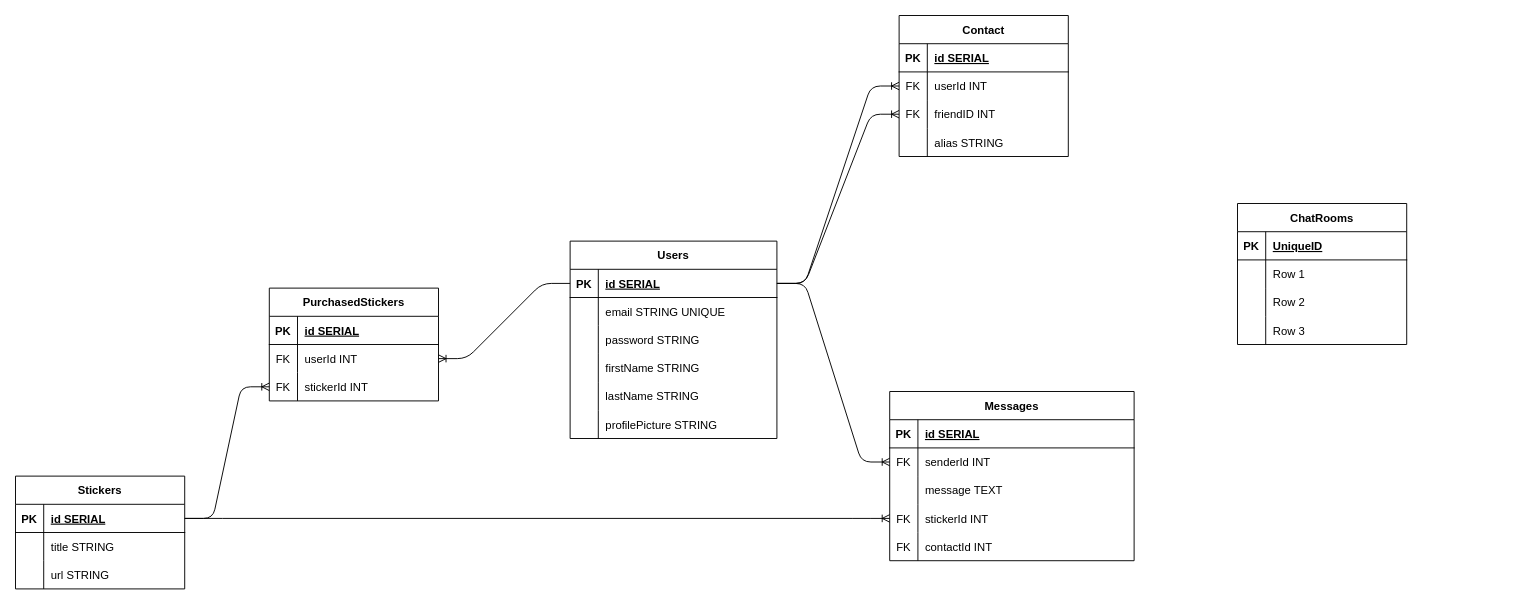
The draw.io diagram schema.drawio in daffabaihaqi/IP-HCK69-Daffa, before the edit. Source tidied: cells renumbered, new cells numbered last; positions are measured from the earlier drawing's top-left corner, leaving out a move shared by most shapes. Both pictures are drawn from the tidied source at 94%, with x=0, y=0 at pixel (15, 15).
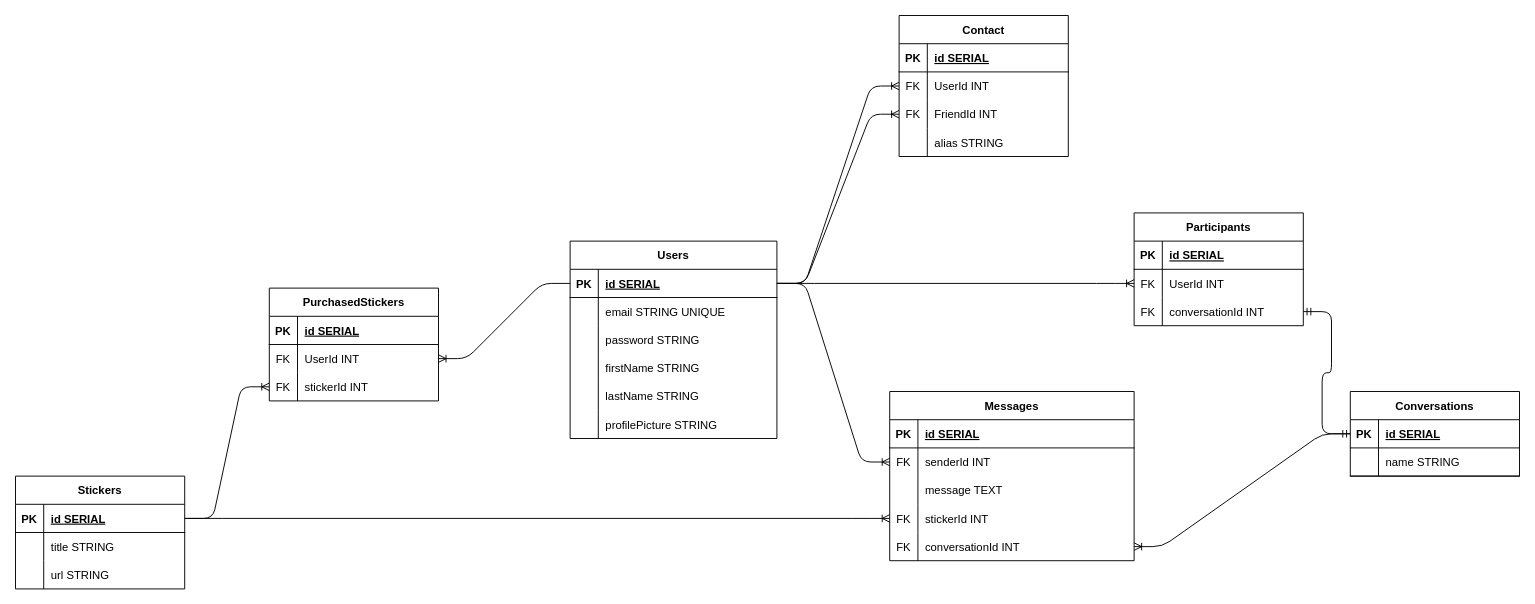
Above is the later version.

Unchanged cells that the change refers to:
```xml
<mxCell id="3" style="shape=tableRow;horizontal=0;startSize=0;swimlaneHead=0;swimlaneBody=0;fillColor=none;points=[[0,0.5],[1,0.5]];portConstraint=eastwest;top=0;left=0;right=0;bottom=1;" parent="2" vertex="1">
  <mxGeometry y="30" width="220" height="30" as="geometry" />
</mxCell>
<mxCell id="25" style="shape=tableRow;horizontal=0;startSize=0;swimlaneHead=0;swimlaneBody=0;fillColor=none;points=[[0,0.5],[1,0.5]];portConstraint=eastwest;top=0;left=0;right=0;bottom=0;" parent="21" vertex="1">
  <mxGeometry y="60" width="180" height="30" as="geometry" />
</mxCell>
<mxCell id="28" style="shape=tableRow;horizontal=0;startSize=0;swimlaneHead=0;swimlaneBody=0;fillColor=none;points=[[0,0.5],[1,0.5]];portConstraint=eastwest;top=0;left=0;right=0;bottom=0;" parent="21" vertex="1">
  <mxGeometry y="90" width="180" height="30" as="geometry" />
</mxCell>
<mxCell id="47" style="shape=tableRow;horizontal=0;startSize=0;swimlaneHead=0;swimlaneBody=0;fillColor=none;points=[[0,0.5],[1,0.5]];portConstraint=eastwest;top=0;left=0;right=0;bottom=0;" parent="34" vertex="1">
  <mxGeometry y="150" width="260" height="30" as="geometry" />
</mxCell>
<mxCell id="64" style="shape=tableRow;horizontal=0;startSize=0;swimlaneHead=0;swimlaneBody=0;fillColor=none;points=[[0,0.5],[1,0.5]];portConstraint=eastwest;top=0;left=0;right=0;bottom=0;" parent="60" vertex="1">
  <mxGeometry y="60" width="180" height="30" as="geometry" />
</mxCell>
<mxCell id="77" style="shape=tableRow;horizontal=0;startSize=0;swimlaneHead=0;swimlaneBody=0;fillColor=none;points=[[0,0.5],[1,0.5]];portConstraint=eastwest;top=0;left=0;right=0;bottom=1;" parent="76" vertex="1">
  <mxGeometry y="30" width="180" height="30" as="geometry" />
</mxCell>
```

Change to the diagram source:
```diff
@@
-    <mxCell id="27" value="userId INT" style="shape=partialRectangle;fillColor=none;top=0;left=0;bottom=0;right=0;align=left;spacingLeft=6;overflow=hidden;" parent="25" vertex="1">
+    <mxCell id="27" value="UserId INT" style="shape=partialRectangle;fillColor=none;top=0;left=0;bottom=0;right=0;align=left;spacingLeft=6;overflow=hidden;" parent="25" vertex="1">
       <mxGeometry x="30" width="150" height="30" as="geometry" />
     </mxCell>
@@
-    <mxCell id="30" value="friendID INT" style="shape=partialRectangle;fillColor=none;top=0;left=0;bottom=0;right=0;align=left;spacingLeft=6;overflow=hidden;" parent="28" vertex="1">
+    <mxCell id="30" value="FriendId INT" style="shape=partialRectangle;fillColor=none;top=0;left=0;bottom=0;right=0;align=left;spacingLeft=6;overflow=hidden;" parent="28" vertex="1">
       <mxGeometry x="30" width="150" height="30" as="geometry" />
     </mxCell>
@@
-    <mxCell id="49" value="contactId INT" style="shape=partialRectangle;fillColor=none;top=0;left=0;bottom=0;right=0;align=left;spacingLeft=6;overflow=hidden;" parent="47" vertex="1">
+    <mxCell id="49" value="conversationId INT" style="shape=partialRectangle;fillColor=none;top=0;left=0;bottom=0;right=0;align=left;spacingLeft=6;overflow=hidden;" parent="47" vertex="1">
       <mxGeometry x="30" width="230" height="30" as="geometry" />
     </mxCell>
@@
-    <mxCell id="66" value="userId INT" style="shape=partialRectangle;fillColor=none;top=0;left=0;bottom=0;right=0;align=left;spacingLeft=6;overflow=hidden;" parent="64" vertex="1">
+    <mxCell id="66" value="UserId INT" style="shape=partialRectangle;fillColor=none;top=0;left=0;bottom=0;right=0;align=left;spacingLeft=6;overflow=hidden;" parent="64" vertex="1">
       <mxGeometry x="30" width="150" height="30" as="geometry" />
     </mxCell>
@@
-    <mxCell id="76" value="ChatRooms" style="shape=table;startSize=30;childLayout=tableLayout;rowLines=0;fontStyle=1;align=center;" parent="1" vertex="1">
-      <mxGeometry x="1300" y="200" width="180" height="150" as="geometry" />
+    <mxCell id="76" value="Conversations" style="shape=table;startSize=30;childLayout=tableLayout;rowLines=0;fontStyle=1;align=center;" parent="1" vertex="1">
+      <mxGeometry x="1420" y="400" width="180" height="90" as="geometry" />
     </mxCell>
@@
-    <mxCell id="79" value="UniqueID" style="shape=partialRectangle;fillColor=none;top=0;left=0;bottom=0;right=0;align=left;spacingLeft=6;fontStyle=5;overflow=hidden;" parent="77" vertex="1">
+    <mxCell id="79" value="id SERIAL" style="shape=partialRectangle;fillColor=none;top=0;left=0;bottom=0;right=0;align=left;spacingLeft=6;fontStyle=5;overflow=hidden;" parent="77" vertex="1">
       <mxGeometry x="30" width="150" height="30" as="geometry" />
     </mxCell>
+    <mxCell id="89" style="shape=tableRow;horizontal=0;startSize=0;swimlaneHead=0;swimlaneBody=0;fillColor=none;top=0;left=0;right=0;bottom=1;" parent="76" vertex="1">
+      <mxGeometry y="60" width="180" height="30" as="geometry" />
+    </mxCell>
+    <mxCell id="90" style="shape=partialRectangle;fillColor=none;top=0;left=0;bottom=0;right=0;fontStyle=1;overflow=hidden;" parent="89" vertex="1">
+      <mxGeometry width="30" height="30" as="geometry" />
+    </mxCell>
+    <mxCell id="91" value="name STRING" style="shape=partialRectangle;fillColor=none;top=0;left=0;bottom=0;right=0;align=left;spacingLeft=6;fontStyle=0;overflow=hidden;" parent="89" vertex="1">
+      <mxGeometry x="30" width="150" height="30" as="geometry" />
+    </mxCell>
+    <mxCell id="92" value="Participants" style="shape=table;startSize=30;childLayout=tableLayout;rowLines=0;fontStyle=1;align=center;" parent="1" vertex="1">
+      <mxGeometry x="1190" y="210" width="180" height="120" as="geometry" />
+    </mxCell>
+    <mxCell id="93" style="shape=tableRow;horizontal=0;startSize=0;swimlaneHead=0;swimlaneBody=0;fillColor=none;top=0;left=0;right=0;bottom=1;" parent="92" vertex="1">
+      <mxGeometry y="30" width="180" height="30" as="geometry" />
+    </mxCell>
+    <mxCell id="94" value="PK" style="shape=partialRectangle;fillColor=none;top=0;left=0;bottom=0;right=0;fontStyle=1;overflow=hidden;" parent="93" vertex="1">
+      <mxGeometry width="30" height="30" as="geometry" />
+    </mxCell>
+    <mxCell id="95" value="id SERIAL" style="shape=partialRectangle;fillColor=none;top=0;left=0;bottom=0;right=0;align=left;spacingLeft=6;fontStyle=5;overflow=hidden;" parent="93" vertex="1">
+      <mxGeometry x="30" width="150" height="30" as="geometry" />
+    </mxCell>
-    <mxCell id="80" style="shape=tableRow;horizontal=0;startSize=0;swimlaneHead=0;swimlaneBody=0;fillColor=none;points=[[0,0.5],[1,0.5]];portConstraint=eastwest;top=0;left=0;right=0;bottom=0;" parent="76" vertex="1">
+    <mxCell id="80" style="shape=tableRow;horizontal=0;startSize=0;swimlaneHead=0;swimlaneBody=0;fillColor=none;points=[[0,0.5],[1,0.5]];portConstraint=eastwest;top=0;left=0;right=0;bottom=0;" parent="92" vertex="1">
       <mxGeometry y="60" width="180" height="30" as="geometry" />
     </mxCell>
-    <mxCell id="81" style="shape=partialRectangle;fillColor=none;top=0;left=0;bottom=0;right=0;overflow=hidden;" parent="80" vertex="1">
-      <mxGeometry width="30" height="30" as="geometry" />
-    </mxCell>
-    <mxCell id="82" value="Row 1" style="shape=partialRectangle;fillColor=none;top=0;left=0;bottom=0;right=0;align=left;spacingLeft=6;overflow=hidden;" parent="80" vertex="1">
-      <mxGeometry x="30" width="150" height="30" as="geometry" />
-    </mxCell>
+    <mxCell id="96" value="FK" style="shape=partialRectangle;fillColor=none;top=0;left=0;bottom=0;right=0;overflow=hidden;" parent="80" vertex="1">
+      <mxGeometry width="30" height="30" as="geometry" />
+    </mxCell>
+    <mxCell id="97" value="UserId INT" style="shape=partialRectangle;fillColor=none;top=0;left=0;bottom=0;right=0;align=left;spacingLeft=6;overflow=hidden;" parent="80" vertex="1">
+      <mxGeometry x="30" width="150" height="30" as="geometry" />
+    </mxCell>
-    <mxCell id="83" style="shape=tableRow;horizontal=0;startSize=0;swimlaneHead=0;swimlaneBody=0;fillColor=none;points=[[0,0.5],[1,0.5]];portConstraint=eastwest;top=0;left=0;right=0;bottom=0;" parent="76" vertex="1">
+    <mxCell id="83" style="shape=tableRow;horizontal=0;startSize=0;swimlaneHead=0;swimlaneBody=0;fillColor=none;points=[[0,0.5],[1,0.5]];portConstraint=eastwest;top=0;left=0;right=0;bottom=0;" parent="92" vertex="1">
       <mxGeometry y="90" width="180" height="30" as="geometry" />
     </mxCell>
-    <mxCell id="84" style="shape=partialRectangle;fillColor=none;top=0;left=0;bottom=0;right=0;overflow=hidden;" parent="83" vertex="1">
-      <mxGeometry width="30" height="30" as="geometry" />
-    </mxCell>
-    <mxCell id="85" value="Row 2" style="shape=partialRectangle;fillColor=none;top=0;left=0;bottom=0;right=0;align=left;spacingLeft=6;overflow=hidden;" parent="83" vertex="1">
-      <mxGeometry x="30" width="150" height="30" as="geometry" />
-    </mxCell>
-    <mxCell id="86" style="shape=tableRow;horizontal=0;startSize=0;swimlaneHead=0;swimlaneBody=0;fillColor=none;top=0;left=0;right=0;bottom=0;" parent="76" vertex="1">
-      <mxGeometry y="120" width="180" height="30" as="geometry" />
-    </mxCell>
-    <mxCell id="87" style="shape=partialRectangle;fillColor=none;top=0;left=0;bottom=0;right=0;overflow=hidden;" parent="86" vertex="1">
-      <mxGeometry width="30" height="30" as="geometry" />
-    </mxCell>
-    <mxCell id="88" value="Row 3" style="shape=partialRectangle;fillColor=none;top=0;left=0;bottom=0;right=0;align=left;spacingLeft=6;overflow=hidden;" parent="86" vertex="1">
-      <mxGeometry x="30" width="150" height="30" as="geometry" />
-    </mxCell>
+    <mxCell id="98" value="FK" style="shape=partialRectangle;fillColor=none;top=0;left=0;bottom=0;right=0;overflow=hidden;" parent="83" vertex="1">
+      <mxGeometry width="30" height="30" as="geometry" />
+    </mxCell>
+    <mxCell id="99" value="conversationId INT" style="shape=partialRectangle;fillColor=none;top=0;left=0;bottom=0;right=0;align=left;spacingLeft=6;overflow=hidden;" parent="83" vertex="1">
+      <mxGeometry x="30" width="150" height="30" as="geometry" />
+    </mxCell>
+    <mxCell id="100" style="edgeStyle=entityRelationEdgeStyle;fontSize=12;html=1;endArrow=ERoneToMany;exitX=1;exitY=0.5;exitDx=0;exitDy=0;" parent="1" edge="1" source="3" target="80">
+      <mxGeometry relative="1" as="geometry" />
+    </mxCell>
+    <mxCell id="101" style="edgeStyle=entityRelationEdgeStyle;fontSize=12;html=1;endArrow=ERmandOne;startArrow=ERmandOne;exitX=0;exitY=0.5;exitDx=0;exitDy=0;entryX=1;entryY=0.5;entryDx=0;entryDy=0;" parent="1" edge="1" source="77" target="83">
+      <mxGeometry relative="1" as="geometry" />
+    </mxCell>
+    <mxCell id="102" style="edgeStyle=entityRelationEdgeStyle;fontSize=12;html=1;endArrow=ERoneToMany;exitX=0;exitY=0.5;exitDx=0;exitDy=0;entryX=1;entryY=0.5;entryDx=0;entryDy=0;" parent="1" edge="1" source="77" target="47">
+      <mxGeometry relative="1" as="geometry" />
+    </mxCell>
```
